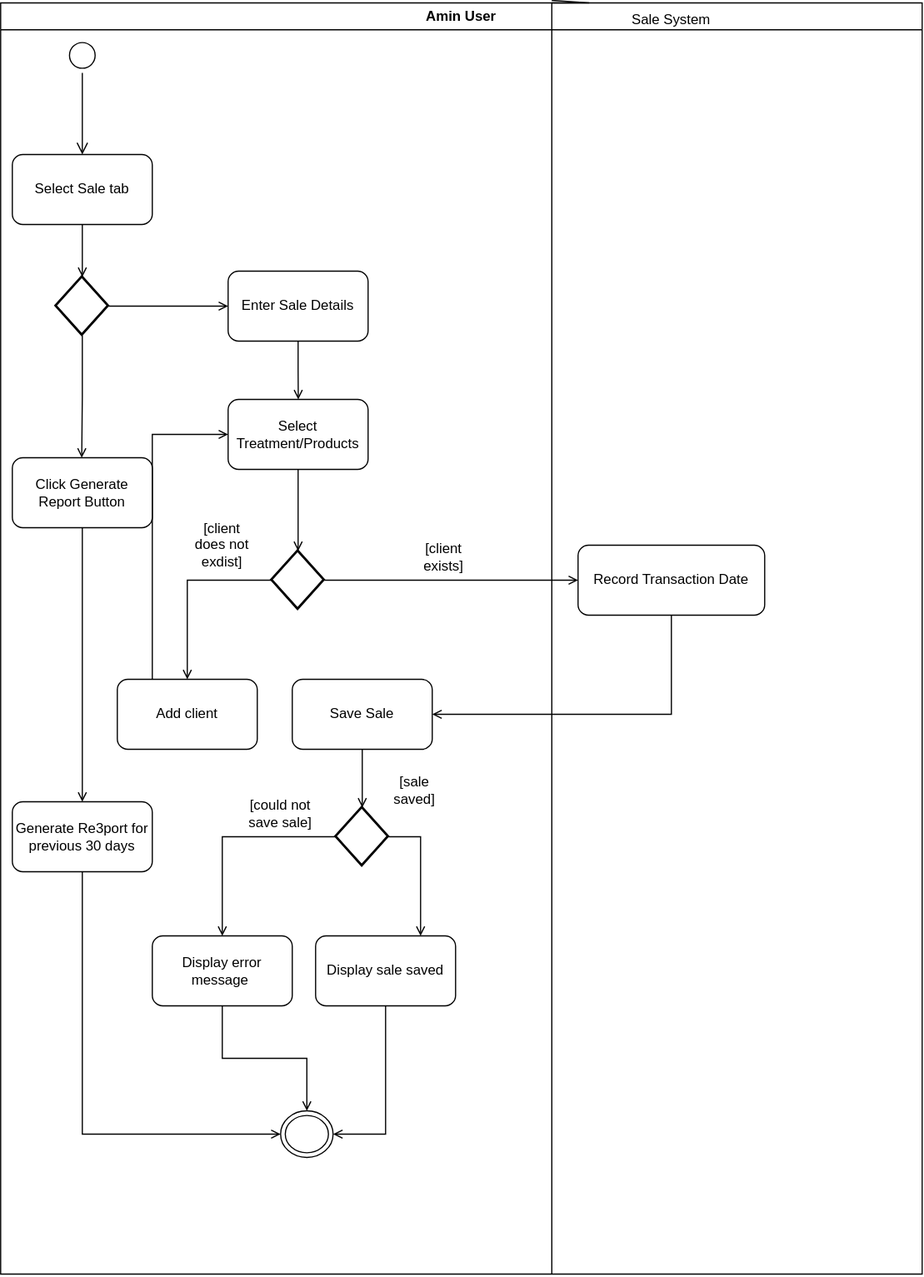
This is Documentation/Activity Diagrams/DailySales.drawio.svg from itudevs/SkinzoneNaturelAdmin, a draw.io export, as it was before one commit. Source tidied: cells renumbered, new cells last; positions are measured from the earlier drawing's top-left corner, leaving out a move shared by most shapes.
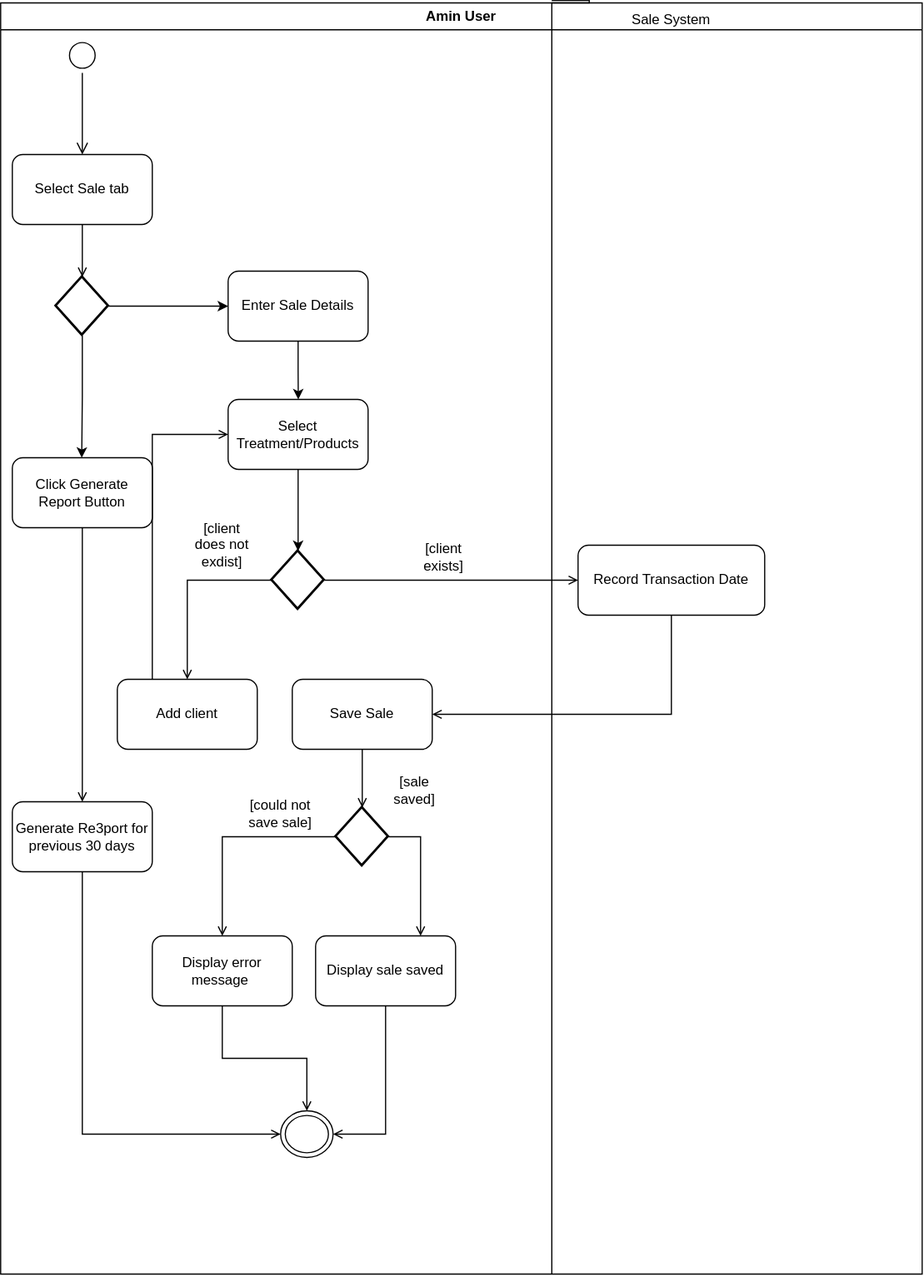
The same file after the commit.

What changed in the source:
```diff
@@ -17,10 +17,10 @@
     <mxCell id="6" style="edgeStyle=orthogonalEdgeStyle;html=1;verticalAlign=bottom;endArrow=open;endSize=8;rounded=0;defaultLabelBackgroundColor=page;entryX=0.5;entryY=0;entryDx=0;entryDy=0;" parent="2" edge="1" source="5" target="4">
       <mxGeometry relative="1" as="geometry" />
     </mxCell>
-    <mxCell id="7" style="edgeStyle=orthogonalEdgeStyle;rounded=0;jettySize=auto;html=1;exitX=1;exitY=0.5;exitDx=0;exitDy=0;exitPerimeter=0;defaultLabelBackgroundColor=page;endArrow=open;endFill=0;" parent="2" edge="1" source="9" target="11">
+    <mxCell id="7" style="edgeStyle=orthogonalEdgeStyle;rounded=0;jettySize=auto;html=1;exitX=1;exitY=0.5;exitDx=0;exitDy=0;exitPerimeter=0;defaultLabelBackgroundColor=page;" parent="2" edge="1" source="9" target="11">
       <mxGeometry relative="1" as="geometry" />
     </mxCell>
-    <mxCell id="8" style="edgeStyle=orthogonalEdgeStyle;rounded=0;jettySize=auto;html=1;exitX=0.5;exitY=1;exitDx=0;exitDy=0;exitPerimeter=0;defaultLabelBackgroundColor=page;endArrow=open;endFill=0;" parent="2" edge="1" source="9">
+    <mxCell id="8" style="edgeStyle=orthogonalEdgeStyle;rounded=0;jettySize=auto;html=1;exitX=0.5;exitY=1;exitDx=0;exitDy=0;exitPerimeter=0;defaultLabelBackgroundColor=page;" parent="2" edge="1" source="9">
       <mxGeometry relative="1" as="geometry">
         <mxPoint x="69.5" y="390" as="targetPoint" />
       </mxGeometry>
@@ -28,7 +28,7 @@
     <mxCell id="9" style="strokeWidth=2;html=1;shape=mxgraph.flowchart.decision;whiteSpace=wrap;" parent="2" vertex="1">
       <mxGeometry x="47.5" y="235" width="45" height="50" as="geometry" />
     </mxCell>
-    <mxCell id="10" style="edgeStyle=orthogonalEdgeStyle;rounded=0;jettySize=auto;html=1;exitX=0.5;exitY=1;exitDx=0;exitDy=0;defaultLabelBackgroundColor=page;endArrow=open;endFill=0;" parent="2" edge="1" source="11">
+    <mxCell id="10" style="edgeStyle=orthogonalEdgeStyle;rounded=0;jettySize=auto;html=1;exitX=0.5;exitY=1;exitDx=0;exitDy=0;defaultLabelBackgroundColor=page;" parent="2" edge="1" source="11">
       <mxGeometry relative="1" as="geometry">
         <mxPoint x="255.2" y="340" as="targetPoint" />
       </mxGeometry>
@@ -45,7 +45,7 @@
     <mxCell id="14" value="Record Transaction Date" style="rounded=1;whiteSpace=wrap;html=1;" parent="2" vertex="1">
       <mxGeometry x="495" y="465" width="160" height="60" as="geometry" />
     </mxCell>
-    <mxCell id="15" style="edgeStyle=orthogonalEdgeStyle;rounded=0;jettySize=auto;html=1;exitX=0.5;exitY=1;exitDx=0;exitDy=0;defaultLabelBackgroundColor=page;endArrow=open;endFill=0;" parent="2" edge="1" source="16">
+    <mxCell id="15" style="edgeStyle=orthogonalEdgeStyle;rounded=0;jettySize=auto;html=1;exitX=0.5;exitY=1;exitDx=0;exitDy=0;defaultLabelBackgroundColor=page;" parent="2" edge="1" source="16">
       <mxGeometry relative="1" as="geometry">
         <mxPoint x="255" y="470" as="targetPoint" />
       </mxGeometry>
```
